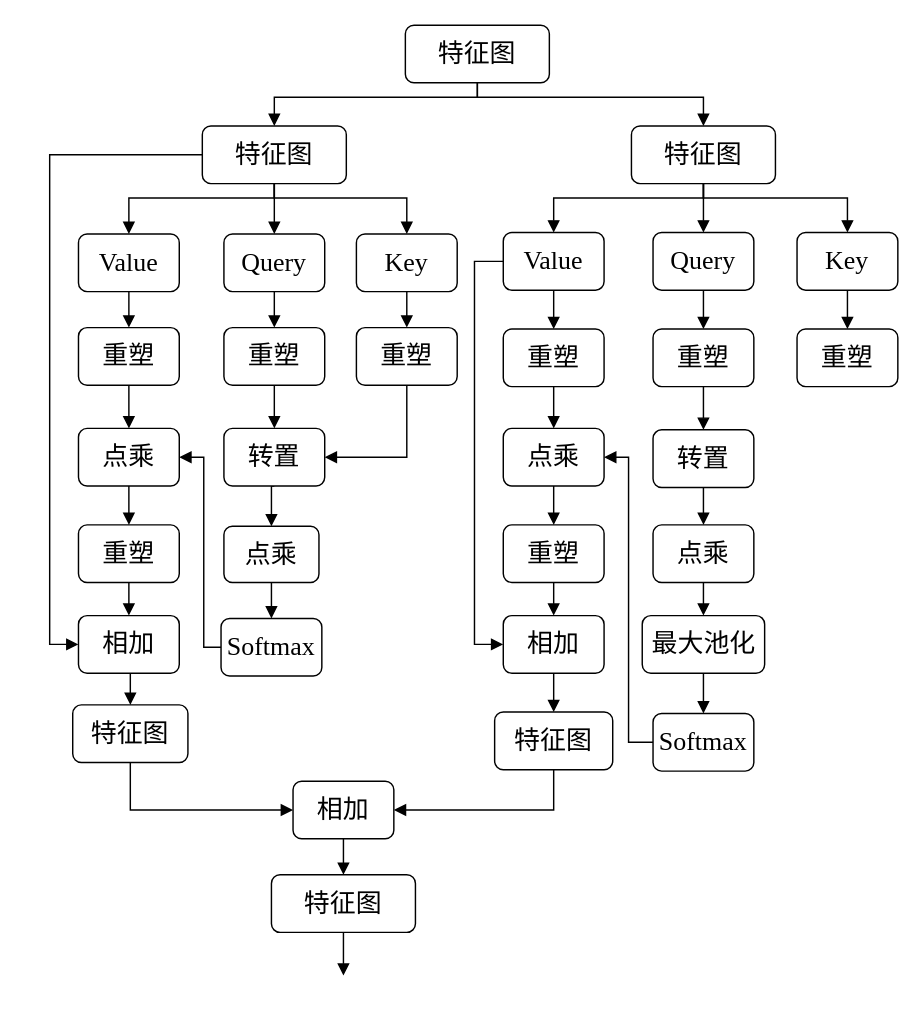
qiuluyi/Remote-sensing keeps this draw.io diagram as page "Page-2" (2 of 2) of Untitled Diagram.drawio. Above is the earlier version. Source tidied: cells renumbered, new cells numbered last; positions are measured from the earlier drawing's top-left corner, leaving out a move shared by most shapes. Both pictures are drawn from the tidied source at 144%, with x=0, y=0 at pixel (72, 24).
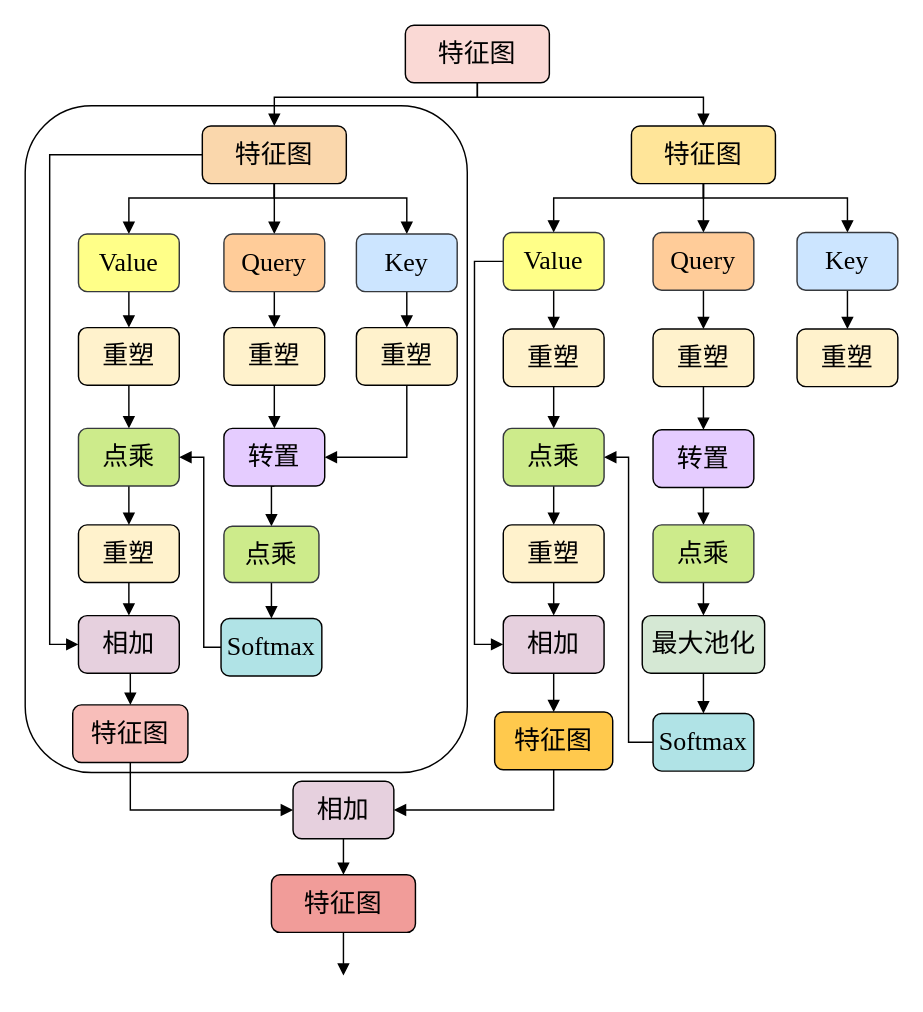
The same page after the edit.

The edit, as a diff of the source:
```diff
@@
-    <mxCell id="4" value="特征图" style="rounded=1;whiteSpace=wrap;html=1;fontFamily=Times New Roman;fontSize=18;" parent="1" vertex="1">
+    <mxCell id="4" value="特征图" style="rounded=1;whiteSpace=wrap;html=1;fontFamily=Times New Roman;fontSize=18;fillColor=#fad9d5;strokeColor=#000000;" parent="1" vertex="1">
       <mxGeometry x="231" width="100" height="40" as="geometry" />
     </mxCell>
@@
-    <mxCell id="9" value="特征图" style="rounded=1;whiteSpace=wrap;html=1;fontFamily=Times New Roman;fontSize=18;" parent="1" vertex="1">
+    <mxCell id="9" value="特征图" style="rounded=1;whiteSpace=wrap;html=1;fontFamily=Times New Roman;fontSize=18;fillColor=#fad7ac;strokeColor=#000000;" parent="1" vertex="1">
       <mxGeometry x="90" y="70" width="100" height="40" as="geometry" />
     </mxCell>
@@
-    <mxCell id="13" value="特征图" style="rounded=1;whiteSpace=wrap;html=1;fontFamily=Times New Roman;fontSize=18;" parent="1" vertex="1">
+    <mxCell id="13" value="特征图" style="rounded=1;whiteSpace=wrap;html=1;fontFamily=Times New Roman;fontSize=18;fillColor=#FFE599;fontColor=#000000;strokeColor=#000000;" parent="1" vertex="1">
       <mxGeometry x="388" y="70" width="100" height="40" as="geometry" />
     </mxCell>
@@
-    <mxCell id="15" value="Value" style="rounded=1;whiteSpace=wrap;html=1;fontFamily=Times New Roman;fontSize=18;" parent="1" vertex="1">
+    <mxCell id="15" value="Value" style="rounded=1;whiteSpace=wrap;html=1;fontFamily=Times New Roman;fontSize=18;fillColor=#ffff88;strokeColor=#36393d;" parent="1" vertex="1">
       <mxGeometry x="4" y="145" width="70" height="40" as="geometry" />
     </mxCell>
@@
-    <mxCell id="17" value="Query" style="rounded=1;whiteSpace=wrap;html=1;fontFamily=Times New Roman;fontSize=18;" parent="1" vertex="1">
+    <mxCell id="17" value="Query" style="rounded=1;whiteSpace=wrap;html=1;fontFamily=Times New Roman;fontSize=18;fillColor=#ffcc99;strokeColor=#36393d;" parent="1" vertex="1">
       <mxGeometry x="105" y="145" width="70" height="40" as="geometry" />
     </mxCell>
@@
-    <mxCell id="19" value="Key" style="rounded=1;whiteSpace=wrap;html=1;fontFamily=Times New Roman;fontSize=18;" parent="1" vertex="1">
+    <mxCell id="19" value="Key" style="rounded=1;whiteSpace=wrap;html=1;fontFamily=Times New Roman;fontSize=18;fillColor=#cce5ff;strokeColor=#36393d;" parent="1" vertex="1">
       <mxGeometry x="197" y="145" width="70" height="40" as="geometry" />
     </mxCell>
@@
-    <mxCell id="21" value="重塑" style="rounded=1;whiteSpace=wrap;html=1;fontFamily=Times New Roman;fontSize=18;" parent="1" vertex="1">
+    <mxCell id="21" value="重塑" style="rounded=1;whiteSpace=wrap;html=1;fontFamily=Times New Roman;fontSize=18;fillColor=#fff2cc;strokeColor=#000000;" parent="1" vertex="1">
       <mxGeometry x="4" y="210" width="70" height="40" as="geometry" />
     </mxCell>
@@
-    <mxCell id="23" value="重塑" style="rounded=1;whiteSpace=wrap;html=1;fontFamily=Times New Roman;fontSize=18;" parent="1" vertex="1">
+    <mxCell id="23" value="重塑" style="rounded=1;whiteSpace=wrap;html=1;fontFamily=Times New Roman;fontSize=18;fillColor=#fff2cc;strokeColor=#000000;" parent="1" vertex="1">
       <mxGeometry x="197" y="210" width="70" height="40" as="geometry" />
     </mxCell>
@@
-    <mxCell id="25" value="重塑" style="rounded=1;whiteSpace=wrap;html=1;fontFamily=Times New Roman;fontSize=18;" parent="1" vertex="1">
+    <mxCell id="25" value="重塑" style="rounded=1;whiteSpace=wrap;html=1;fontFamily=Times New Roman;fontSize=18;fillColor=#fff2cc;strokeColor=#000000;" parent="1" vertex="1">
       <mxGeometry x="105" y="210" width="70" height="40" as="geometry" />
     </mxCell>
@@
-    <mxCell id="27" value="转置" style="rounded=1;whiteSpace=wrap;html=1;fontFamily=Times New Roman;fontSize=18;" parent="1" vertex="1">
+    <mxCell id="27" value="转置" style="rounded=1;whiteSpace=wrap;html=1;fontFamily=Times New Roman;fontSize=18;fillColor=#E5CCFF;" parent="1" vertex="1">
       <mxGeometry x="105" y="280" width="70" height="40" as="geometry" />
     </mxCell>
@@
-    <mxCell id="29" value="点乘" style="rounded=1;whiteSpace=wrap;html=1;fontFamily=Times New Roman;fontSize=18;" parent="1" vertex="1">
+    <mxCell id="29" value="点乘" style="rounded=1;whiteSpace=wrap;html=1;fontFamily=Times New Roman;fontSize=18;fillColor=#cdeb8b;strokeColor=#36393d;" parent="1" vertex="1">
       <mxGeometry x="105" y="348" width="66" height="39" as="geometry" />
     </mxCell>
@@
-    <mxCell id="31" value="点乘" style="rounded=1;whiteSpace=wrap;html=1;fontFamily=Times New Roman;fontSize=18;" parent="1" vertex="1">
+    <mxCell id="31" value="点乘" style="rounded=1;whiteSpace=wrap;html=1;fontFamily=Times New Roman;fontSize=18;fillColor=#cdeb8b;strokeColor=#36393d;" parent="1" vertex="1">
       <mxGeometry x="4" y="280" width="70" height="40" as="geometry" />
     </mxCell>
@@
-    <mxCell id="34" value="Value" style="rounded=1;whiteSpace=wrap;html=1;fontFamily=Times New Roman;fontSize=18;" parent="1" vertex="1">
+    <mxCell id="34" value="Value" style="rounded=1;whiteSpace=wrap;html=1;fontFamily=Times New Roman;fontSize=18;fillColor=#ffff88;strokeColor=#36393d;" parent="1" vertex="1">
       <mxGeometry x="299" y="144" width="70" height="40" as="geometry" />
     </mxCell>
@@
-    <mxCell id="36" value="Query" style="rounded=1;whiteSpace=wrap;html=1;fontFamily=Times New Roman;fontSize=18;" parent="1" vertex="1">
+    <mxCell id="36" value="Query" style="rounded=1;whiteSpace=wrap;html=1;fontFamily=Times New Roman;fontSize=18;fillColor=#ffcc99;strokeColor=#36393d;" parent="1" vertex="1">
       <mxGeometry x="403" y="144" width="70" height="40" as="geometry" />
     </mxCell>
@@
-    <mxCell id="38" value="Key" style="rounded=1;whiteSpace=wrap;html=1;fontFamily=Times New Roman;fontSize=18;" parent="1" vertex="1">
+    <mxCell id="38" value="Key" style="rounded=1;whiteSpace=wrap;html=1;fontFamily=Times New Roman;fontSize=18;fillColor=#cce5ff;strokeColor=#36393d;" parent="1" vertex="1">
       <mxGeometry x="503" y="144" width="70" height="40" as="geometry" />
     </mxCell>
@@
-    <mxCell id="40" value="重塑" style="rounded=1;whiteSpace=wrap;html=1;fontFamily=Times New Roman;fontSize=18;" parent="1" vertex="1">
+    <mxCell id="40" value="重塑" style="rounded=1;whiteSpace=wrap;html=1;fontFamily=Times New Roman;fontSize=18;fillColor=#fff2cc;strokeColor=#000000;" parent="1" vertex="1">
       <mxGeometry x="299" y="211" width="70" height="40" as="geometry" />
     </mxCell>
-    <mxCell id="41" value="重塑" style="rounded=1;whiteSpace=wrap;html=1;fontFamily=Times New Roman;fontSize=18;" parent="1" vertex="1">
+    <mxCell id="41" value="重塑" style="rounded=1;whiteSpace=wrap;html=1;fontFamily=Times New Roman;fontSize=18;fillColor=#fff2cc;strokeColor=#000000;" parent="1" vertex="1">
       <mxGeometry x="503" y="211" width="70" height="40" as="geometry" />
     </mxCell>
@@
-    <mxCell id="43" value="重塑" style="rounded=1;whiteSpace=wrap;html=1;fontFamily=Times New Roman;fontSize=18;" parent="1" vertex="1">
+    <mxCell id="43" value="重塑" style="rounded=1;whiteSpace=wrap;html=1;fontFamily=Times New Roman;fontSize=18;fillColor=#fff2cc;strokeColor=#000000;" parent="1" vertex="1">
       <mxGeometry x="403" y="211" width="70" height="40" as="geometry" />
     </mxCell>
@@
-    <mxCell id="45" value="转置" style="rounded=1;whiteSpace=wrap;html=1;fontFamily=Times New Roman;fontSize=18;" parent="1" vertex="1">
+    <mxCell id="45" value="转置" style="rounded=1;whiteSpace=wrap;html=1;fontFamily=Times New Roman;fontSize=18;fillColor=#E5CCFF;" parent="1" vertex="1">
       <mxGeometry x="403" y="281" width="70" height="40" as="geometry" />
     </mxCell>
@@
-    <mxCell id="47" value="点乘" style="rounded=1;whiteSpace=wrap;html=1;fontFamily=Times New Roman;fontSize=18;" parent="1" vertex="1">
+    <mxCell id="47" value="点乘" style="rounded=1;whiteSpace=wrap;html=1;fontFamily=Times New Roman;fontSize=18;fillColor=#cdeb8b;strokeColor=#36393d;" parent="1" vertex="1">
       <mxGeometry x="299" y="280" width="70" height="40" as="geometry" />
     </mxCell>
@@
-    <mxCell id="49" value="点乘" style="rounded=1;whiteSpace=wrap;html=1;fontFamily=Times New Roman;fontSize=18;" parent="1" vertex="1">
+    <mxCell id="49" value="点乘" style="rounded=1;whiteSpace=wrap;html=1;fontFamily=Times New Roman;fontSize=18;fillColor=#cdeb8b;strokeColor=#36393d;" parent="1" vertex="1">
       <mxGeometry x="403" y="347" width="70" height="40" as="geometry" />
     </mxCell>
@@
-    <mxCell id="51" value="Softmax" style="rounded=1;whiteSpace=wrap;html=1;fontFamily=Times New Roman;fontSize=18;" parent="1" vertex="1">
+    <mxCell id="51" value="Softmax" style="rounded=1;whiteSpace=wrap;html=1;fontFamily=Times New Roman;fontSize=18;fillColor=#b0e3e6;strokeColor=#000000;" parent="1" vertex="1">
       <mxGeometry x="103" y="412" width="70" height="40" as="geometry" />
     </mxCell>
@@
-    <mxCell id="53" value="重塑" style="rounded=1;whiteSpace=wrap;html=1;fontFamily=Times New Roman;fontSize=18;" parent="1" vertex="1">
+    <mxCell id="53" value="重塑" style="rounded=1;whiteSpace=wrap;html=1;fontFamily=Times New Roman;fontSize=18;fillColor=#fff2cc;strokeColor=#000000;" parent="1" vertex="1">
       <mxGeometry x="4" y="347" width="70" height="40" as="geometry" />
     </mxCell>
@@
-    <mxCell id="55" value="相加" style="rounded=1;whiteSpace=wrap;html=1;fontFamily=Times New Roman;fontSize=18;" parent="1" vertex="1">
+    <mxCell id="55" value="相加" style="rounded=1;whiteSpace=wrap;html=1;fontFamily=Times New Roman;fontSize=18;fillColor=#E6D0DE;" parent="1" vertex="1">
       <mxGeometry x="4" y="410" width="70" height="40" as="geometry" />
     </mxCell>
@@
-    <mxCell id="57" value="特征图" style="rounded=1;whiteSpace=wrap;html=1;fontFamily=Times New Roman;fontSize=18;" parent="1" vertex="1">
+    <mxCell id="57" value="特征图" style="rounded=1;whiteSpace=wrap;html=1;fontFamily=Times New Roman;fontSize=18;fillColor=#F8BEBA;" parent="1" vertex="1">
       <mxGeometry y="472" width="80" height="40" as="geometry" />
     </mxCell>
@@
-    <mxCell id="59" value="最大池化" style="rounded=1;whiteSpace=wrap;html=1;fontFamily=Times New Roman;fontSize=18;" parent="1" vertex="1">
+    <mxCell id="59" value="最大池化" style="rounded=1;whiteSpace=wrap;html=1;fontFamily=Times New Roman;fontSize=18;fillColor=#D5E8D4;" parent="1" vertex="1">
       <mxGeometry x="395.5" y="410" width="85" height="40" as="geometry" />
     </mxCell>
@@
-    <mxCell id="61" value="重塑" style="rounded=1;whiteSpace=wrap;html=1;fontFamily=Times New Roman;fontSize=18;" parent="1" vertex="1">
+    <mxCell id="61" value="重塑" style="rounded=1;whiteSpace=wrap;html=1;fontFamily=Times New Roman;fontSize=18;fillColor=#fff2cc;strokeColor=#000000;" parent="1" vertex="1">
       <mxGeometry x="299" y="347" width="70" height="40" as="geometry" />
     </mxCell>
@@
-    <mxCell id="63" value="Softmax" style="rounded=1;whiteSpace=wrap;html=1;fontFamily=Times New Roman;fontSize=18;" parent="1" vertex="1">
+    <mxCell id="63" value="Softmax" style="rounded=1;whiteSpace=wrap;html=1;fontFamily=Times New Roman;fontSize=18;fillColor=#b0e3e6;strokeColor=#000000;" parent="1" vertex="1">
       <mxGeometry x="403" y="478" width="70" height="40" as="geometry" />
     </mxCell>
@@
-    <mxCell id="65" value="相加" style="rounded=1;whiteSpace=wrap;html=1;fontFamily=Times New Roman;fontSize=18;" parent="1" vertex="1">
+    <mxCell id="65" value="相加" style="rounded=1;whiteSpace=wrap;html=1;fontFamily=Times New Roman;fontSize=18;fillColor=#E6D0DE;" parent="1" vertex="1">
       <mxGeometry x="299" y="410" width="70" height="40" as="geometry" />
     </mxCell>
@@
-    <mxCell id="67" value="特征图" style="rounded=1;whiteSpace=wrap;html=1;fontFamily=Times New Roman;fontSize=18;" parent="1" vertex="1">
+    <mxCell id="67" value="特征图" style="rounded=1;whiteSpace=wrap;html=1;fontFamily=Times New Roman;fontSize=18;fillColor=#FFC94D;" parent="1" vertex="1">
       <mxGeometry x="293" y="477" width="82" height="40" as="geometry" />
     </mxCell>
@@
-    <mxCell id="69" value="相加" style="rounded=1;whiteSpace=wrap;html=1;fontFamily=Times New Roman;fontSize=18;" parent="1" vertex="1">
+    <mxCell id="69" value="相加" style="rounded=1;whiteSpace=wrap;html=1;fontFamily=Times New Roman;fontSize=18;fillColor=#E6D0DE;" parent="1" vertex="1">
       <mxGeometry x="153" y="525" width="70" height="40" as="geometry" />
     </mxCell>
@@
-    <mxCell id="71" value="特征图" style="rounded=1;whiteSpace=wrap;html=1;fontFamily=Times New Roman;fontSize=18;" parent="1" vertex="1">
+    <mxCell id="71" value="特征图" style="rounded=1;whiteSpace=wrap;html=1;fontFamily=Times New Roman;fontSize=18;fillColor=#F19C99;" parent="1" vertex="1">
       <mxGeometry x="138" y="590" width="100" height="40" as="geometry" />
     </mxCell>
+    <mxCell id="72" style="rounded=1;whiteSpace=wrap;html=1;fontFamily=Times New Roman;fontSize=18;strokeColor=#000000;fillColor=none;" parent="1" vertex="1">
+      <mxGeometry x="-33" y="56" width="307" height="463" as="geometry" />
+    </mxCell>
```
